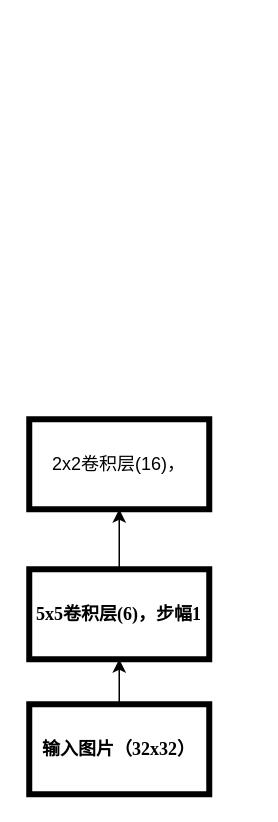
The draw.io diagram LeNet-5.drawio in Landau1994/learngit, before the edit. Source tidied: cells renumbered, new cells numbered last; positions are measured from the earlier drawing's top-left corner, leaving out a move shared by most shapes. Both pictures are drawn from the tidied source at 150%, with x=0, y=0 at pixel (28, 418).
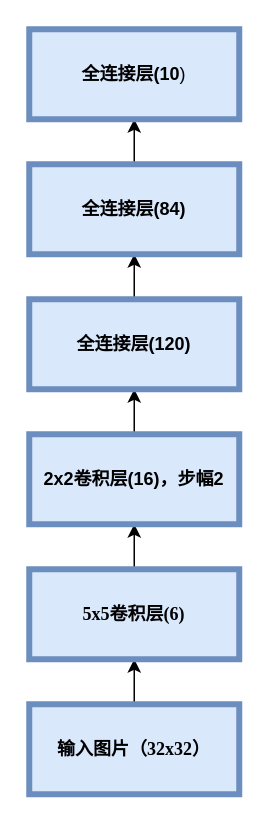
The same diagram, later.

What changed in the source:
```diff
@@
 <mxGraphModel>
   <root>
     <mxCell id="0" />
     <mxCell id="1" parent="0" />
     <mxCell id="2" style="edgeStyle=orthogonalEdgeStyle;rounded=0;jettySize=auto;html=1;" parent="1" edge="1" source="3" target="5">
       <mxGeometry relative="1" as="geometry" />
     </mxCell>
+    <mxCell id="7" style="edgeStyle=orthogonalEdgeStyle;rounded=0;jettySize=auto;html=1;exitX=1;exitY=0.5;exitDx=0;exitDy=0;" parent="1" edge="1" source="3">
+      <mxGeometry relative="1" as="geometry">
+        <mxPoint x="130" y="210" as="targetPoint" />
+      </mxGeometry>
+    </mxCell>
-    <mxCell id="3" value="&lt;font face=&quot;Times New Roman&quot;&gt;&lt;b&gt;输入图片（32x32）&lt;/b&gt;&lt;/font&gt;" style="rounded=0;whiteSpace=wrap;html=1;strokeWidth=4;" parent="1" vertex="1">
-      <mxGeometry y="190" width="120" height="60" as="geometry" />
+    <mxCell id="3" value="&lt;font face=&quot;Times New Roman&quot;&gt;&lt;b&gt;输入图片（32x32）&lt;/b&gt;&lt;/font&gt;" style="rounded=0;whiteSpace=wrap;html=1;strokeWidth=4;fillColor=#dae8fc;strokeColor=#6c8ebf;" parent="1" vertex="1">
+      <mxGeometry y="190" width="140" height="60" as="geometry" />
     </mxCell>
     <mxCell id="4" style="edgeStyle=orthogonalEdgeStyle;rounded=0;jettySize=auto;html=1;" parent="1" edge="1" source="5" target="6">
       <mxGeometry relative="1" as="geometry" />
     </mxCell>
-    <mxCell id="5" value="&lt;font face=&quot;Times New Roman&quot;&gt;&lt;b&gt;5x5卷积层(6)，步幅1&lt;/b&gt;&lt;/font&gt;" style="rounded=0;whiteSpace=wrap;html=1;strokeWidth=4;" parent="1" vertex="1">
-      <mxGeometry y="100" width="120" height="60" as="geometry" />
+    <mxCell id="5" value="&lt;font face=&quot;Times New Roman&quot;&gt;&lt;b&gt;5x5卷积层(6)&lt;/b&gt;&lt;/font&gt;" style="rounded=0;whiteSpace=wrap;html=1;strokeWidth=4;fillColor=#dae8fc;strokeColor=#6c8ebf;" parent="1" vertex="1">
+      <mxGeometry y="100" width="140" height="60" as="geometry" />
     </mxCell>
+    <mxCell id="8" style="edgeStyle=orthogonalEdgeStyle;rounded=0;jettySize=auto;html=1;" parent="1" edge="1" source="6" target="10">
+      <mxGeometry relative="1" as="geometry" />
+    </mxCell>
-    <mxCell id="6" value="2x2卷积层(16)，" style="rounded=0;whiteSpace=wrap;html=1;strokeWidth=4;" parent="1" vertex="1">
-      <mxGeometry width="120" height="60" as="geometry" />
+    <mxCell id="6" value="&lt;b&gt;2x2卷积层(16)，步幅2&lt;/b&gt;" style="rounded=0;whiteSpace=wrap;html=1;strokeWidth=4;fillColor=#dae8fc;strokeColor=#6c8ebf;" parent="1" vertex="1">
+      <mxGeometry y="10" width="140" height="60" as="geometry" />
     </mxCell>
+    <mxCell id="9" style="edgeStyle=orthogonalEdgeStyle;rounded=0;jettySize=auto;html=1;" parent="1" edge="1" source="10" target="12">
+      <mxGeometry relative="1" as="geometry" />
+    </mxCell>
+    <mxCell id="10" value="&lt;b&gt;全连接层(120)&lt;/b&gt;" style="rounded=0;whiteSpace=wrap;html=1;strokeWidth=4;fillColor=#dae8fc;strokeColor=#6c8ebf;" parent="1" vertex="1">
+      <mxGeometry y="-80" width="140" height="60" as="geometry" />
+    </mxCell>
+    <mxCell id="11" style="edgeStyle=orthogonalEdgeStyle;rounded=0;jettySize=auto;html=1;" parent="1" edge="1" source="12" target="13">
+      <mxGeometry relative="1" as="geometry" />
+    </mxCell>
+    <mxCell id="12" value="&lt;b&gt;全连接层(84)&lt;/b&gt;" style="rounded=0;whiteSpace=wrap;html=1;strokeWidth=4;fillColor=#dae8fc;strokeColor=#6c8ebf;" parent="1" vertex="1">
+      <mxGeometry y="-170" width="140" height="60" as="geometry" />
+    </mxCell>
+    <mxCell id="13" value="&lt;b&gt;全连接层(10&lt;/b&gt;)" style="rounded=0;whiteSpace=wrap;html=1;strokeWidth=4;fillColor=#dae8fc;strokeColor=#6c8ebf;" parent="1" vertex="1">
+      <mxGeometry y="-260" width="140" height="60" as="geometry" />
+    </mxCell>
   </root>
 </mxGraphModel>
```
